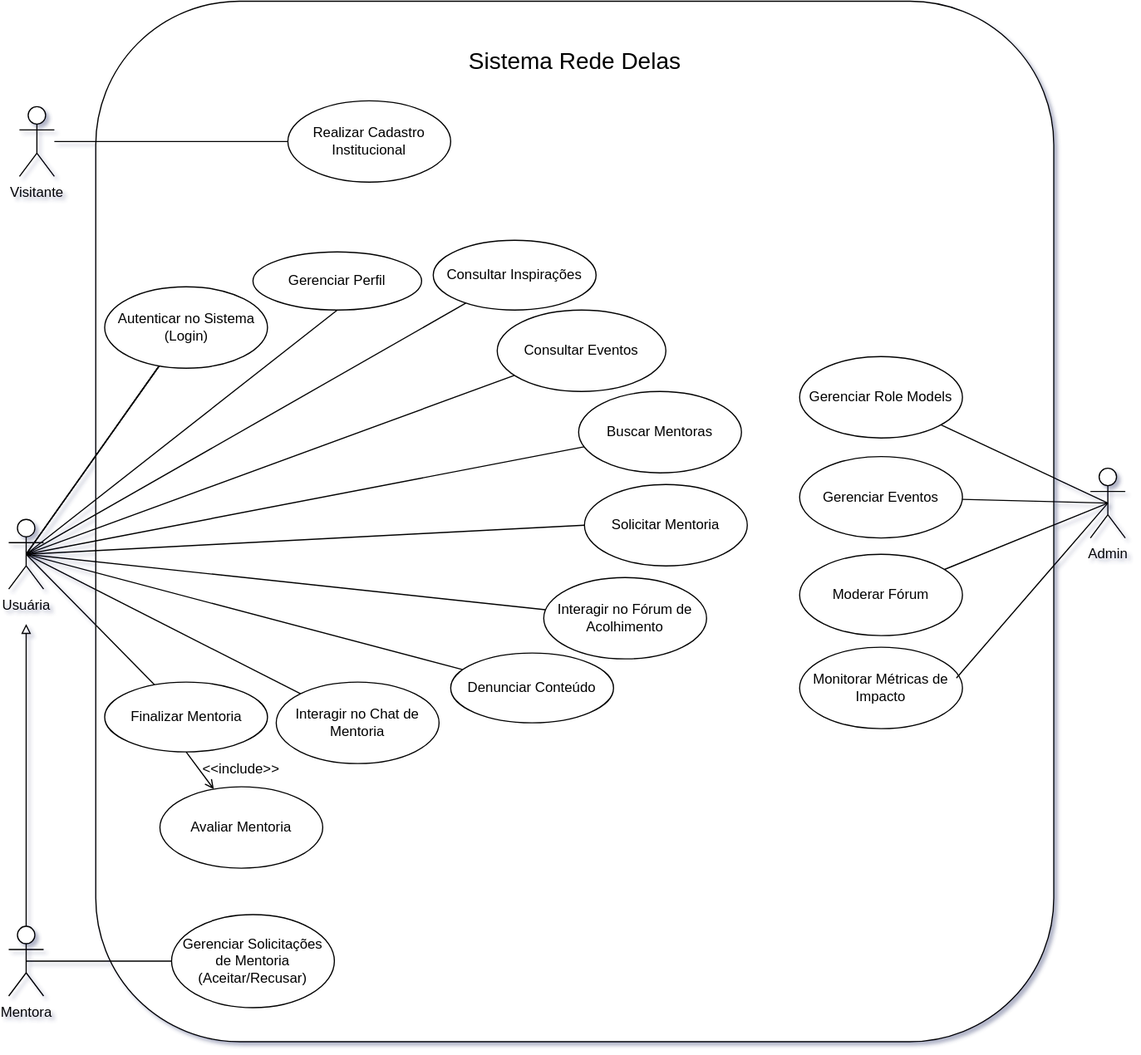
The draw.io diagram modeling/casos_de_uso.drawio.svg in Thakirian/rede-elas-stem, before a commit. Source tidied: cells renumbered, new cells last; positions are measured from the earlier drawing's top-left corner, leaving out a move shared by most shapes.
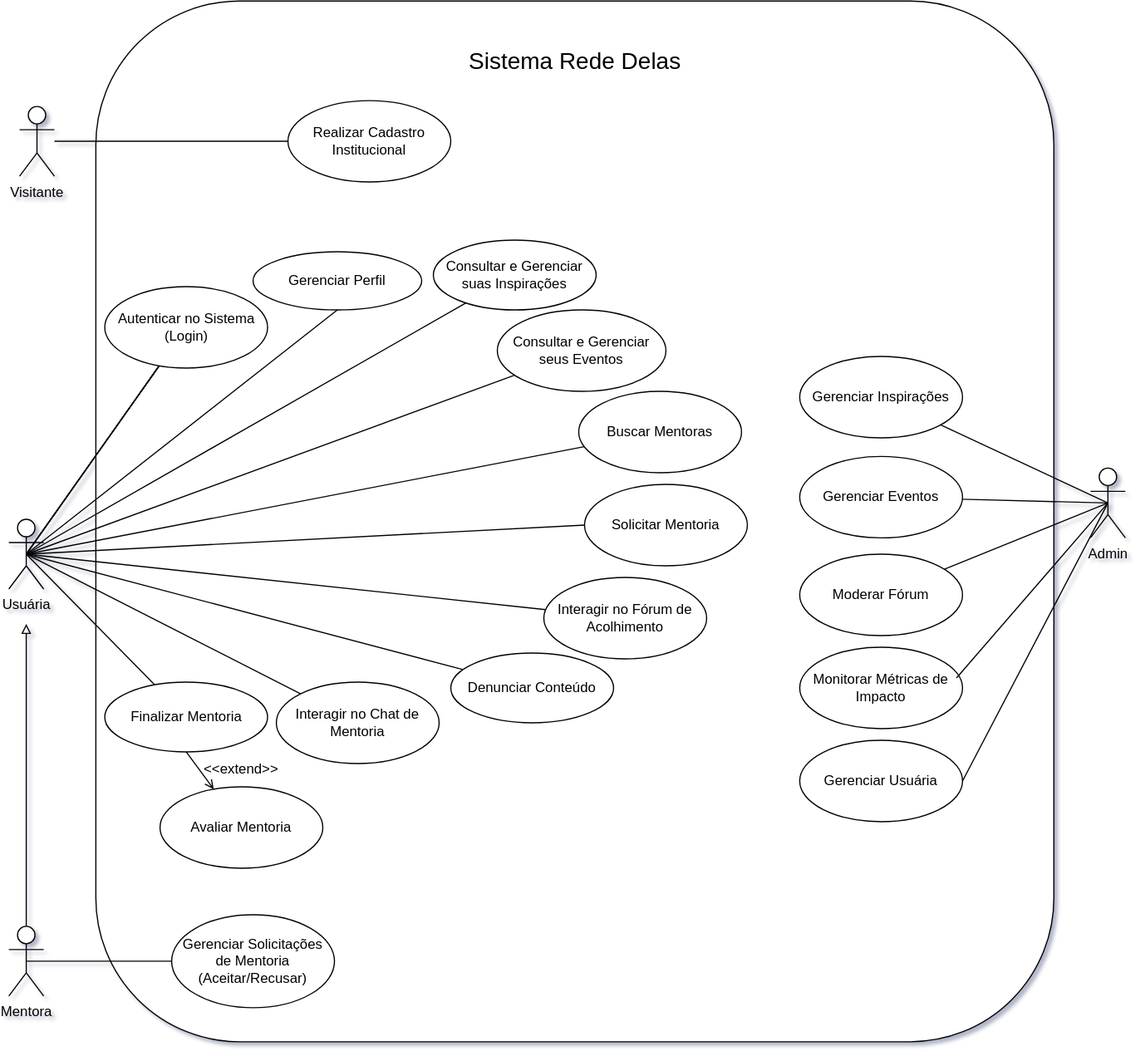
Later version of the same file.

The edit, as a diff of the source:
```diff
@@ -41,7 +41,7 @@
     <mxCell id="14" style="edgeStyle=none;html=1;exitX=0.5;exitY=0.5;exitDx=0;exitDy=0;exitPerimeter=0;endArrow=none;endFill=0;" parent="1" edge="1" source="30" target="26">
       <mxGeometry relative="1" as="geometry" />
     </mxCell>
-    <mxCell id="15" value="Consultar Inspirações" style="ellipse;whiteSpace=wrap;html=1;" parent="1" vertex="1">
+    <mxCell id="15" value="Consultar e Gerenciar suas Inspirações" style="ellipse;whiteSpace=wrap;html=1;" parent="1" vertex="1">
       <mxGeometry x="365" y="170" width="140" height="60" as="geometry" />
     </mxCell>
     <mxCell id="16" value="Buscar Mentoras" style="ellipse;whiteSpace=wrap;html=1;" parent="1" vertex="1">
@@ -53,7 +53,7 @@
     <mxCell id="18" value="Interagir no Chat de Mentoria" style="ellipse;whiteSpace=wrap;html=1;" parent="1" vertex="1">
       <mxGeometry x="230" y="550" width="140" height="70" as="geometry" />
     </mxCell>
-    <mxCell id="19" value="Consultar Eventos" style="ellipse;whiteSpace=wrap;html=1;" parent="1" vertex="1">
+    <mxCell id="19" value="Consultar e Gerenciar seus Eventos" style="ellipse;whiteSpace=wrap;html=1;" parent="1" vertex="1">
       <mxGeometry x="420" y="230" width="145" height="70" as="geometry" />
     </mxCell>
     <mxCell id="20" value="Interagir no Fórum de Acolhimento" style="ellipse;whiteSpace=wrap;html=1;" parent="1" vertex="1">
@@ -100,10 +100,13 @@
     <mxCell id="33" style="edgeStyle=none;html=1;exitX=0.5;exitY=0.5;exitDx=0;exitDy=0;exitPerimeter=0;endArrow=none;endFill=0;" parent="1" edge="1" source="34" target="37">
       <mxGeometry relative="1" as="geometry" />
     </mxCell>
+    <mxCell id="46" style="edgeStyle=none;html=1;exitX=0.5;exitY=0.5;exitDx=0;exitDy=0;exitPerimeter=0;entryX=1;entryY=0.5;entryDx=0;entryDy=0;endArrow=none;endFill=0;" parent="1" edge="1" source="34" target="47">
+      <mxGeometry relative="1" as="geometry" />
+    </mxCell>
     <mxCell id="34" value="Admin" style="shape=umlActor;verticalLabelPosition=bottom;verticalAlign=top;html=1;" parent="1" vertex="1">
       <mxGeometry x="930" y="366" width="30" height="60" as="geometry" />
     </mxCell>
-    <mxCell id="35" value="Gerenciar Role Models" style="ellipse;whiteSpace=wrap;html=1;" parent="1" vertex="1">
+    <mxCell id="35" value="Gerenciar Inspirações" style="ellipse;whiteSpace=wrap;html=1;" parent="1" vertex="1">
       <mxGeometry x="680" y="270" width="140" height="70" as="geometry" />
     </mxCell>
     <mxCell id="36" value="Gerenciar Eventos" style="ellipse;whiteSpace=wrap;html=1;" parent="1" vertex="1">
@@ -133,8 +136,11 @@
     <mxCell id="44" value="Avaliar Mentoria" style="ellipse;whiteSpace=wrap;html=1;" parent="1" vertex="1">
       <mxGeometry x="130" y="640" width="140" height="70" as="geometry" />
     </mxCell>
-    <mxCell id="45" value="&amp;lt;&amp;lt;include&amp;gt;&amp;gt;" style="text;html=1;align=center;verticalAlign=middle;whiteSpace=wrap;rounded=0;" parent="1" vertex="1">
+    <mxCell id="45" value="&amp;lt;&amp;lt;extend&amp;gt;&amp;gt;" style="text;html=1;align=center;verticalAlign=middle;whiteSpace=wrap;rounded=0;" parent="1" vertex="1">
       <mxGeometry x="170" y="610" width="60" height="30" as="geometry" />
     </mxCell>
+    <mxCell id="47" value="Gerenciar Usuária" style="ellipse;whiteSpace=wrap;html=1;" parent="1" vertex="1">
+      <mxGeometry x="680" y="600" width="140" height="70" as="geometry" />
+    </mxCell>
   </root>
 </mxGraphModel>
```
